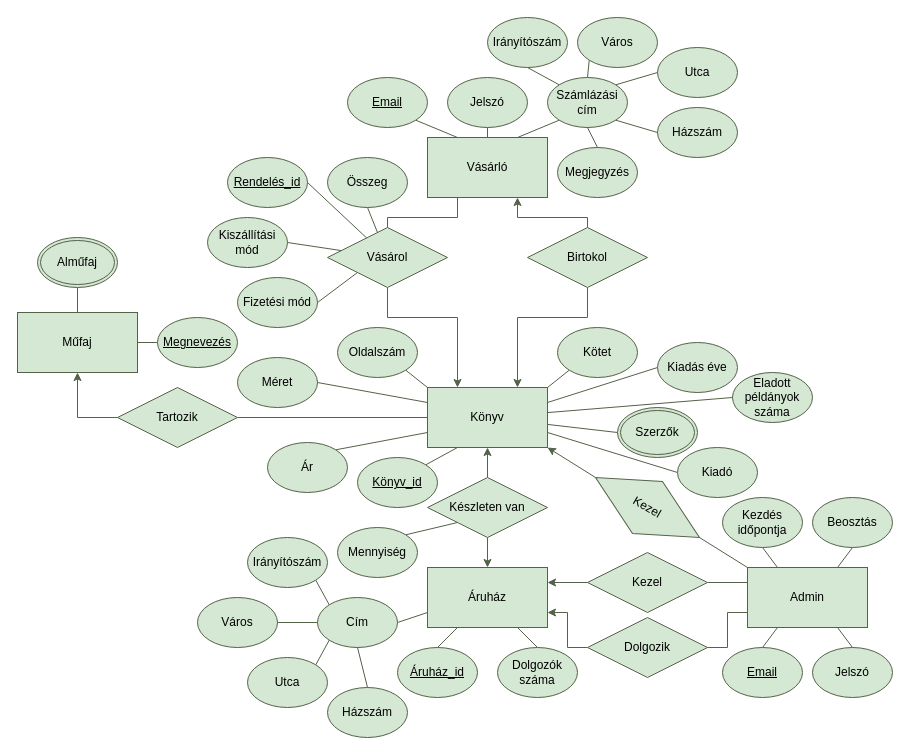
This is ssadm/ekt.drawio from timeaszabo1217/adatb_alapu, a draw.io file, before an edit. Source tidied: cells renumbered, new cells numbered last; positions are measured from the earlier drawing's top-left corner, leaving out a move shared by most shapes. Both pictures are drawn from the tidied source at 100%, with x=0, y=0 at pixel (17, 17).
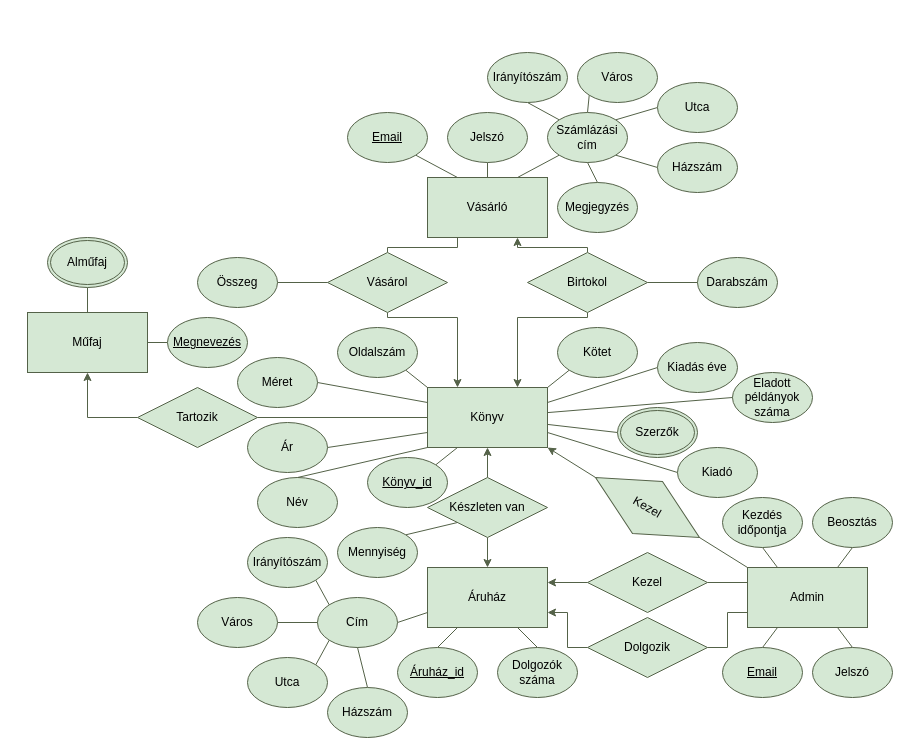
Above is the later version.

The change refers to these unchanged cells:
```xml
<mxCell id="7" value="Könyv" style="rounded=0;whiteSpace=wrap;html=1;fontFamily=Calibri;fillColor=#d5e8d4;strokeColor=#546248;" parent="1" vertex="1">
  <mxGeometry x="410" y="370" width="120" height="60" as="geometry" />
</mxCell>
```

What changed in the source:
```diff
@@
     <mxCell id="8" style="edgeStyle=orthogonalEdgeStyle;rounded=0;jettySize=auto;html=1;exitX=0.25;exitY=1;exitDx=0;exitDy=0;entryX=0.5;entryY=0;entryDx=0;entryDy=0;endArrow=none;endFill=0;fontFamily=Calibri;fontColor=#546248;fillColor=#d5e8d4;strokeColor=#546248;" parent="1" edge="1" source="10" target="18">
       <mxGeometry relative="1" as="geometry">
         <Array as="points">
-          <mxPoint x="440" y="200" />
-          <mxPoint x="370" y="200" />
+          <mxPoint x="440" y="230" />
+          <mxPoint x="370" y="230" />
         </Array>
       </mxGeometry>
     </mxCell>
     <mxCell id="9" style="edgeStyle=orthogonalEdgeStyle;rounded=0;jettySize=auto;html=1;exitX=0.75;exitY=1;exitDx=0;exitDy=0;entryX=0.5;entryY=0;entryDx=0;entryDy=0;endArrow=none;endFill=0;startArrow=classic;startFill=1;fontFamily=Calibri;fontColor=#546248;fillColor=#d5e8d4;strokeColor=#546248;" parent="1" edge="1" source="10" target="24">
       <mxGeometry relative="1" as="geometry">
         <Array as="points">
-          <mxPoint x="500" y="200" />
-          <mxPoint x="570" y="200" />
+          <mxPoint x="500" y="230" />
+          <mxPoint x="570" y="230" />
         </Array>
       </mxGeometry>
     </mxCell>
     <mxCell id="10" value="Vásárló" style="rounded=0;whiteSpace=wrap;html=1;fontFamily=Calibri;fillColor=#d5e8d4;strokeColor=#546248;" parent="1" vertex="1">
-      <mxGeometry x="410" y="120" width="120" height="60" as="geometry" />
+      <mxGeometry x="410" y="160" width="120" height="60" as="geometry" />
     </mxCell>
@@
     <mxCell id="18" value="Vásárol" style="rhombus;whiteSpace=wrap;html=1;fontFamily=Calibri;fillColor=#d5e8d4;strokeColor=#546248;" parent="1" vertex="1">
-      <mxGeometry x="310" y="210" width="120" height="60" as="geometry" />
+      <mxGeometry x="310" y="235" width="120" height="60" as="geometry" />
     </mxCell>
@@
     <mxCell id="24" value="Birtokol" style="rhombus;whiteSpace=wrap;html=1;fontFamily=Calibri;fillColor=#d5e8d4;strokeColor=#546248;" parent="1" vertex="1">
-      <mxGeometry x="510" y="210" width="120" height="60" as="geometry" />
+      <mxGeometry x="510" y="235" width="120" height="60" as="geometry" />
     </mxCell>
@@
-    <mxCell id="29" style="rounded=0;jettySize=auto;html=1;exitX=1;exitY=0;exitDx=0;exitDy=0;entryX=0;entryY=0.75;entryDx=0;entryDy=0;endArrow=none;endFill=0;fontFamily=Calibri;fontColor=#546248;fillColor=#d5e8d4;strokeColor=#546248;" parent="1" edge="1" source="30" target="7">
+    <mxCell id="29" style="rounded=0;jettySize=auto;html=1;exitX=1;exitY=0.5;exitDx=0;exitDy=0;entryX=0;entryY=0.75;entryDx=0;entryDy=0;endArrow=none;endFill=0;fontFamily=Calibri;fontColor=#546248;fillColor=#d5e8d4;strokeColor=#546248;" parent="1" edge="1" source="30" target="7">
       <mxGeometry relative="1" as="geometry" />
     </mxCell>
     <mxCell id="30" value="Ár" style="ellipse;whiteSpace=wrap;html=1;fontFamily=Calibri;fillColor=#d5e8d4;strokeColor=#546248;" parent="1" vertex="1">
-      <mxGeometry x="250" y="425" width="80" height="50" as="geometry" />
+      <mxGeometry x="230" y="405" width="80" height="50" as="geometry" />
     </mxCell>
@@
     <mxCell id="40" value="&lt;u&gt;Email&lt;/u&gt;" style="ellipse;whiteSpace=wrap;html=1;fontFamily=Calibri;fillColor=#d5e8d4;strokeColor=#546248;" parent="1" vertex="1">
-      <mxGeometry x="330" y="60" width="80" height="50" as="geometry" />
+      <mxGeometry x="330" y="95" width="80" height="50" as="geometry" />
     </mxCell>
@@
     <mxCell id="42" value="Jelszó" style="ellipse;whiteSpace=wrap;html=1;fontFamily=Calibri;fillColor=#d5e8d4;strokeColor=#546248;" parent="1" vertex="1">
-      <mxGeometry x="430" y="60" width="80" height="50" as="geometry" />
+      <mxGeometry x="430" y="95" width="80" height="50" as="geometry" />
     </mxCell>
@@
     <mxCell id="46" value="Számlázási cím" style="ellipse;whiteSpace=wrap;html=1;fontFamily=Calibri;fillColor=#d5e8d4;strokeColor=#546248;" parent="1" vertex="1">
-      <mxGeometry x="530" y="60" width="80" height="50" as="geometry" />
+      <mxGeometry x="530" y="95" width="80" height="50" as="geometry" />
     </mxCell>
-    <mxCell id="47" style="rounded=0;jettySize=auto;html=1;exitX=0.5;exitY=1;exitDx=0;exitDy=0;endArrow=none;endFill=0;fontFamily=Calibri;fontColor=#546248;fillColor=#d5e8d4;strokeColor=#546248;" parent="1" edge="1" source="48" target="18">
+    <mxCell id="47" style="rounded=0;jettySize=auto;html=1;exitX=1;exitY=0.5;exitDx=0;exitDy=0;endArrow=none;endFill=0;fontFamily=Calibri;fontColor=#546248;fillColor=#d5e8d4;strokeColor=#546248;entryX=0;entryY=0.5;entryDx=0;entryDy=0;" parent="1" edge="1" source="48" target="18">
       <mxGeometry relative="1" as="geometry" />
     </mxCell>
     <mxCell id="48" value="Összeg" style="ellipse;whiteSpace=wrap;html=1;fontFamily=Calibri;fillColor=#d5e8d4;strokeColor=#546248;" parent="1" vertex="1">
-      <mxGeometry x="310" y="140" width="80" height="50" as="geometry" />
+      <mxGeometry x="180" y="240" width="80" height="50" as="geometry" />
     </mxCell>
-    <mxCell id="49" style="rounded=0;jettySize=auto;html=1;exitX=1;exitY=0.5;exitDx=0;exitDy=0;entryX=0;entryY=1;entryDx=0;entryDy=0;endArrow=none;endFill=0;fontFamily=Calibri;fontColor=#546248;fillColor=#d5e8d4;strokeColor=#546248;" parent="1" edge="1" source="50" target="18">
-      <mxGeometry relative="1" as="geometry" />
-    </mxCell>
-    <mxCell id="50" value="Fizetési mód" style="ellipse;whiteSpace=wrap;html=1;fontFamily=Calibri;fillColor=#d5e8d4;strokeColor=#546248;" parent="1" vertex="1">
-      <mxGeometry x="220" y="260" width="80" height="50" as="geometry" />
-    </mxCell>
-    <mxCell id="51" style="rounded=0;jettySize=auto;html=1;exitX=1;exitY=0.5;exitDx=0;exitDy=0;endArrow=none;endFill=0;fontFamily=Calibri;fontColor=#546248;fillColor=#d5e8d4;strokeColor=#546248;" parent="1" edge="1" source="52" target="18">
-      <mxGeometry relative="1" as="geometry" />
-    </mxCell>
-    <mxCell id="52" value="Kiszállítási mód" style="ellipse;whiteSpace=wrap;html=1;fontFamily=Calibri;fillColor=#d5e8d4;strokeColor=#546248;" parent="1" vertex="1">
-      <mxGeometry x="190" y="200" width="80" height="50" as="geometry" />
-    </mxCell>
@@
     <mxCell id="68" value="&lt;u&gt;Könyv_id&lt;/u&gt;" style="ellipse;whiteSpace=wrap;html=1;fontFamily=Calibri;fillColor=#d5e8d4;strokeColor=#546248;" parent="1" vertex="1">
-      <mxGeometry x="340" y="440" width="80" height="50" as="geometry" />
+      <mxGeometry x="350" y="440" width="80" height="50" as="geometry" />
     </mxCell>
-    <mxCell id="69" style="rounded=0;jettySize=auto;html=1;exitX=1;exitY=0.5;exitDx=0;exitDy=0;endArrow=none;endFill=0;fontFamily=Calibri;fontColor=#546248;fillColor=#d5e8d4;strokeColor=#546248;" parent="1" edge="1" source="70" target="18">
-      <mxGeometry relative="1" as="geometry" />
-    </mxCell>
-    <mxCell id="70" value="&lt;u&gt;Rendelés_id&lt;/u&gt;" style="ellipse;whiteSpace=wrap;html=1;fontFamily=Calibri;fillColor=#d5e8d4;strokeColor=#546248;" parent="1" vertex="1">
-      <mxGeometry x="210" y="140" width="80" height="50" as="geometry" />
-    </mxCell>
     <mxCell id="71" value="Irányítószám" style="ellipse;whiteSpace=wrap;html=1;fontFamily=Calibri;fillColor=#d5e8d4;strokeColor=#546248;" parent="1" vertex="1">
-      <mxGeometry x="470" width="80" height="50" as="geometry" />
+      <mxGeometry x="470" y="35" width="80" height="50" as="geometry" />
     </mxCell>
     <mxCell id="72" value="Város" style="ellipse;whiteSpace=wrap;html=1;fontFamily=Calibri;fillColor=#d5e8d4;strokeColor=#546248;" parent="1" vertex="1">
-      <mxGeometry x="560" width="80" height="50" as="geometry" />
+      <mxGeometry x="560" y="35" width="80" height="50" as="geometry" />
     </mxCell>
@@
     <mxCell id="74" value="Utca" style="ellipse;whiteSpace=wrap;html=1;fontFamily=Calibri;fillColor=#d5e8d4;strokeColor=#546248;" parent="1" vertex="1">
-      <mxGeometry x="640" y="30" width="80" height="50" as="geometry" />
+      <mxGeometry x="640" y="65" width="80" height="50" as="geometry" />
     </mxCell>
@@
     <mxCell id="76" value="Házszám" style="ellipse;whiteSpace=wrap;html=1;fontFamily=Calibri;fillColor=#d5e8d4;strokeColor=#546248;" parent="1" vertex="1">
-      <mxGeometry x="640" y="90" width="80" height="50" as="geometry" />
+      <mxGeometry x="640" y="125" width="80" height="50" as="geometry" />
     </mxCell>
@@
     <mxCell id="78" value="Megjegyzés" style="ellipse;whiteSpace=wrap;html=1;fontFamily=Calibri;fillColor=#d5e8d4;strokeColor=#546248;" parent="1" vertex="1">
-      <mxGeometry x="540" y="130" width="80" height="50" as="geometry" />
+      <mxGeometry x="540" y="165" width="80" height="50" as="geometry" />
     </mxCell>
@@
     <mxCell id="90" value="Műfaj" style="rounded=0;whiteSpace=wrap;html=1;fontFamily=Calibri;fillColor=#d5e8d4;strokeColor=#546248;" parent="1" vertex="1">
-      <mxGeometry y="295" width="120" height="60" as="geometry" />
+      <mxGeometry x="10" y="295" width="120" height="60" as="geometry" />
     </mxCell>
     <mxCell id="91" value="Tartozik" style="rhombus;whiteSpace=wrap;html=1;fontFamily=Calibri;fillColor=#d5e8d4;strokeColor=#546248;" parent="1" vertex="1">
-      <mxGeometry x="100" y="370" width="120" height="60" as="geometry" />
+      <mxGeometry x="120" y="370" width="120" height="60" as="geometry" />
     </mxCell>
@@
     <mxCell id="93" value="&lt;u&gt;Megnevezés&lt;/u&gt;" style="ellipse;whiteSpace=wrap;html=1;fontFamily=Calibri;fillColor=#d5e8d4;strokeColor=#546248;" parent="1" vertex="1">
-      <mxGeometry x="140" y="300" width="80" height="50" as="geometry" />
+      <mxGeometry x="150" y="300" width="80" height="50" as="geometry" />
     </mxCell>
@@
     <mxCell id="96" value="&lt;span style=&quot;font-family: Calibri;&quot;&gt;Alműfaj&lt;/span&gt;" style="ellipse;shape=doubleEllipse;margin=3;whiteSpace=wrap;html=1;align=center;fillColor=#d5e8d4;strokeColor=#546248;" parent="1" vertex="1">
-      <mxGeometry x="20" y="220" width="80" height="50" as="geometry" />
+      <mxGeometry x="30" y="220" width="80" height="50" as="geometry" />
     </mxCell>
@@
+    <mxCell id="98" value="Név" style="ellipse;whiteSpace=wrap;html=1;fontFamily=Calibri;fillColor=#d5e8d4;strokeColor=#546248;" parent="1" vertex="1">
+      <mxGeometry x="240" y="460" width="80" height="50" as="geometry" />
+    </mxCell>
+    <mxCell id="99" style="rounded=0;jettySize=auto;html=1;exitX=0.5;exitY=0;exitDx=0;exitDy=0;entryX=0;entryY=1;entryDx=0;entryDy=0;endArrow=none;endFill=0;fontFamily=Calibri;fontColor=#546248;fillColor=#d5e8d4;strokeColor=#546248;" parent="1" edge="1" source="98" target="7">
+      <mxGeometry relative="1" as="geometry" />
+    </mxCell>
+    <mxCell id="100" value="Darabszám" style="ellipse;whiteSpace=wrap;html=1;fontFamily=Calibri;fillColor=#d5e8d4;strokeColor=#546248;" parent="1" vertex="1">
+      <mxGeometry x="680" y="240" width="80" height="50" as="geometry" />
+    </mxCell>
+    <mxCell id="101" style="rounded=0;jettySize=auto;html=1;endArrow=none;endFill=0;fontFamily=Calibri;fontColor=#546248;fillColor=#d5e8d4;strokeColor=#546248;entryX=0;entryY=0.5;entryDx=0;entryDy=0;" parent="1" edge="1" target="100">
+      <mxGeometry relative="1" as="geometry">
+        <mxPoint x="630" y="265" as="sourcePoint" />
+      </mxGeometry>
+    </mxCell>
```
